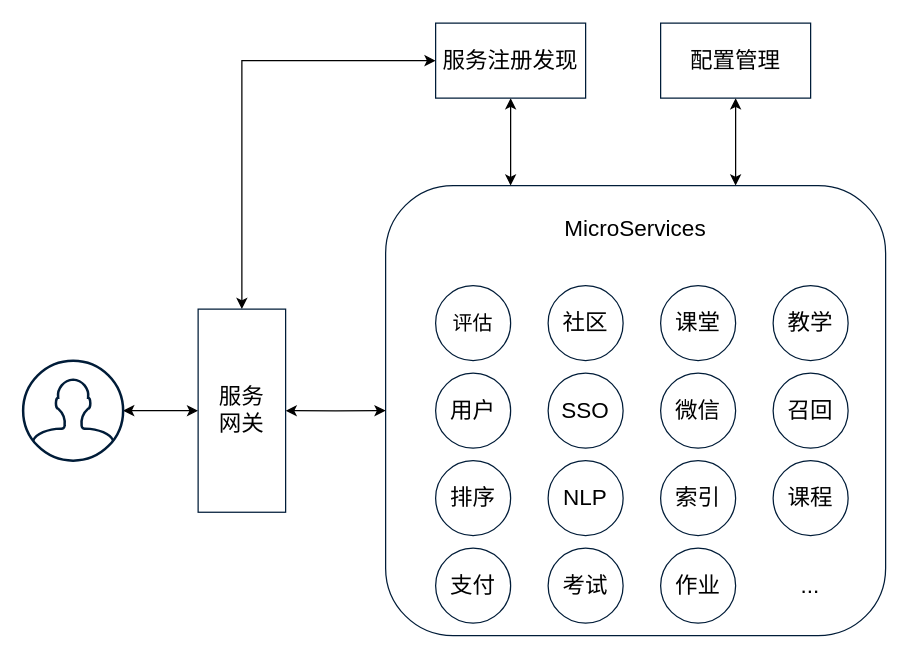
The draw.io diagram page "microservice" (4 of 4) of structure.drawio in WWj5921/ConfigCenter, before the edit. Source tidied: cells renumbered, new cells numbered last; positions are measured from the earlier drawing's top-left corner, leaving out a move shared by most shapes. Both pictures are drawn from the tidied source at 125%, with x=0, y=0 at pixel (22, 22).
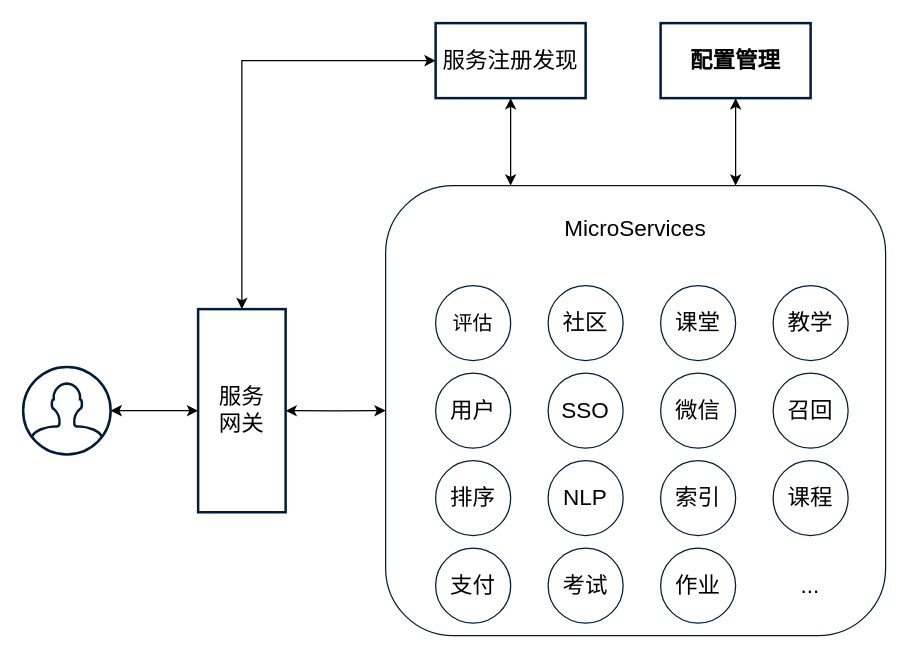
Above is the later version.

What changed in the source:
```diff
@@
     <mxCell id="3" style="html=1;verticalLabelPosition=bottom;align=center;labelBackgroundColor=#ffffff;verticalAlign=top;strokeWidth=2;strokeColor=#001C38;shadow=0;dashed=0;shape=mxgraph.ios7.icons.user;" parent="1" vertex="1">
-      <mxGeometry y="270" width="80" height="80" as="geometry" />
+      <mxGeometry y="275" width="70" height="70" as="geometry" />
     </mxCell>
@@
-    <mxCell id="7" value="&lt;font style=&quot;font-size: 18px&quot;&gt;服务注册发现&lt;/font&gt;" style="rounded=0;whiteSpace=wrap;html=1;strokeColor=#001C38;" parent="1" vertex="1">
+    <mxCell id="7" value="&lt;font style=&quot;font-size: 18px&quot;&gt;服务注册发现&lt;/font&gt;" style="rounded=0;whiteSpace=wrap;html=1;strokeColor=#001C38;strokeWidth=2;" parent="1" vertex="1">
       <mxGeometry x="330" width="120" height="60" as="geometry" />
     </mxCell>
@@
-    <mxCell id="9" value="&lt;font style=&quot;font-size: 18px&quot;&gt;配置管理&lt;/font&gt;" style="rounded=0;whiteSpace=wrap;html=1;strokeColor=#001C38;" parent="1" vertex="1">
+    <mxCell id="9" value="&lt;font style=&quot;font-size: 18px&quot;&gt;配置管理&lt;/font&gt;" style="rounded=0;whiteSpace=wrap;html=1;strokeColor=#001C38;fontStyle=1;strokeWidth=2;" parent="1" vertex="1">
       <mxGeometry x="510" width="120" height="60" as="geometry" />
     </mxCell>
@@
-    <mxCell id="11" value="&lt;font style=&quot;font-size: 18px&quot;&gt;服务&lt;br&gt;网关&lt;/font&gt;" style="rounded=0;whiteSpace=wrap;html=1;strokeColor=#001C38;" parent="1" vertex="1">
+    <mxCell id="11" value="&lt;font style=&quot;font-size: 18px&quot;&gt;服务&lt;br&gt;网关&lt;/font&gt;" style="rounded=0;whiteSpace=wrap;html=1;strokeColor=#001C38;strokeWidth=2;" parent="1" vertex="1">
       <mxGeometry x="140" y="228.8" width="70" height="162.5" as="geometry" />
     </mxCell>
```
